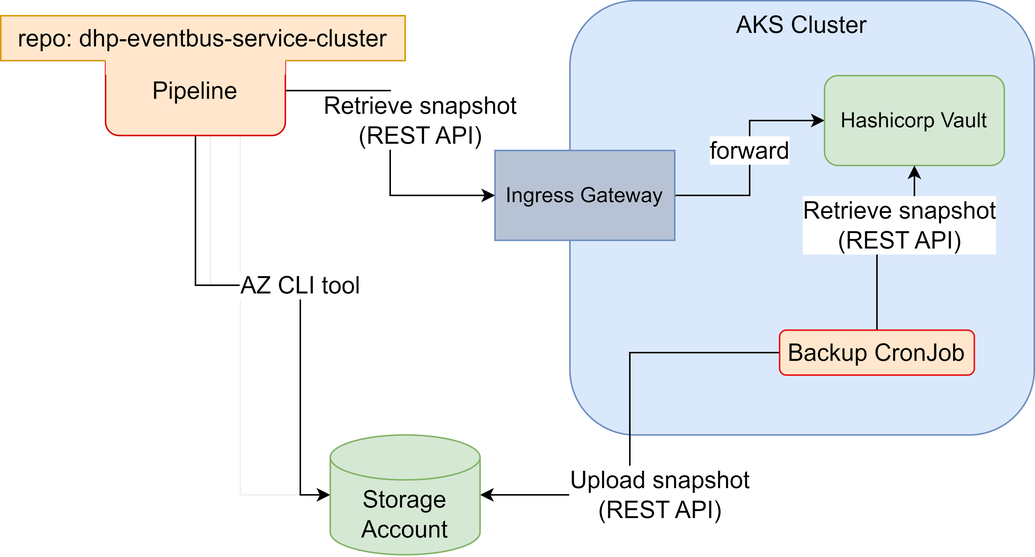
Above: vault-backup-diagram.png in debugg-er/share-images (draw.io), before the change. Source tidied: cells renumbered, new cells last; positions are measured from the earlier drawing's top-left corner, leaving out a move shared by most shapes. Source of this version:
```xml
<mxGraphModel>
  <root>
    <mxCell id="0" />
    <mxCell id="1" parent="0" />
    <mxCell id="2" value="AKS Cluster" style="rounded=1;whiteSpace=wrap;html=1;verticalAlign=top;fontSize=16;fillColor=#dae8fc;strokeColor=#6c8ebf;" parent="1" vertex="1">
      <mxGeometry x="380" width="310" height="290" as="geometry" />
    </mxCell>
    <mxCell id="3" style="edgeStyle=orthogonalEdgeStyle;rounded=0;jettySize=auto;html=1;entryX=0;entryY=0.5;entryDx=0;entryDy=0;labelBackgroundColor=#FFFFFF;strokeColor=#000000;fontSize=16;" parent="1" edge="1" source="5" target="6">
      <mxGeometry relative="1" as="geometry" />
    </mxCell>
    <mxCell id="4" value="forward" style="edgeLabel;html=1;align=center;verticalAlign=middle;fontSize=16;" parent="3" vertex="1">
      <mxGeometry x="-0.21" y="-3" relative="1" as="geometry">
        <mxPoint x="-3" y="-21" as="offset" />
      </mxGeometry>
    </mxCell>
    <mxCell id="5" value="Ingress Gateway" style="rounded=0;whiteSpace=wrap;html=1;fontSize=14;fillColor=#B7C3D4;strokeColor=#6c8ebf;" parent="1" vertex="1">
      <mxGeometry x="330" y="100" width="120" height="60" as="geometry" />
    </mxCell>
    <mxCell id="6" value="Hashicorp Vault" style="rounded=1;whiteSpace=wrap;html=1;fontSize=14;fillColor=#d5e8d4;strokeColor=#82b366;" parent="1" vertex="1">
      <mxGeometry x="550" y="50" width="120" height="60" as="geometry" />
    </mxCell>
    <mxCell id="7" style="edgeStyle=orthogonalEdgeStyle;rounded=0;jettySize=auto;html=1;entryX=0;entryY=0.5;entryDx=0;entryDy=0;fontSize=16;" parent="1" edge="1" source="13" target="5">
      <mxGeometry relative="1" as="geometry" />
    </mxCell>
    <mxCell id="8" value="Retrieve snapshot&lt;br&gt;(REST API)" style="edgeLabel;html=1;align=center;verticalAlign=middle;fontSize=16;" parent="7" vertex="1">
      <mxGeometry x="-0.17" y="1" relative="1" as="geometry">
        <mxPoint x="19" y="3" as="offset" />
      </mxGeometry>
    </mxCell>
    <mxCell id="9" style="edgeStyle=orthogonalEdgeStyle;rounded=0;jettySize=auto;html=1;labelBackgroundColor=#FFFFFF;strokeColor=#F0F0F0;fontSize=16;entryX=0;entryY=0.5;entryDx=0;entryDy=0;entryPerimeter=0;" parent="1" edge="1" source="13" target="17">
      <mxGeometry relative="1" as="geometry">
        <Array as="points">
          <mxPoint x="140" y="190" />
          <mxPoint x="200" y="190" />
          <mxPoint x="200" y="330" />
        </Array>
      </mxGeometry>
    </mxCell>
    <mxCell id="10" style="edgeStyle=orthogonalEdgeStyle;rounded=0;jettySize=auto;html=1;labelBackgroundColor=#FFFFFF;strokeColor=#F0F0F0;fontSize=16;" parent="1" edge="1" source="13" target="17">
      <mxGeometry relative="1" as="geometry">
        <Array as="points">
          <mxPoint x="160" y="330" />
        </Array>
      </mxGeometry>
    </mxCell>
    <mxCell id="11" style="edgeStyle=orthogonalEdgeStyle;rounded=0;jettySize=auto;html=1;entryX=0;entryY=0.5;entryDx=0;entryDy=0;entryPerimeter=0;labelBackgroundColor=#FFFFFF;strokeColor=#000000;fontSize=16;" parent="1" edge="1" source="13" target="17">
      <mxGeometry relative="1" as="geometry">
        <Array as="points">
          <mxPoint x="130" y="190" />
          <mxPoint x="200" y="190" />
          <mxPoint x="200" y="330" />
        </Array>
      </mxGeometry>
    </mxCell>
    <mxCell id="12" value="AZ CLI tool" style="edgeLabel;html=1;align=center;verticalAlign=middle;fontSize=16;" parent="11" vertex="1">
      <mxGeometry x="0.16" y="2" relative="1" as="geometry">
        <mxPoint x="-2" y="-21" as="offset" />
      </mxGeometry>
    </mxCell>
    <mxCell id="13" value="Pipeline" style="rounded=1;whiteSpace=wrap;html=1;fontSize=16;fillColor=#ffe6cc;strokeColor=#D70000;" parent="1" vertex="1">
      <mxGeometry x="70" y="30" width="120" height="60" as="geometry" />
    </mxCell>
    <mxCell id="14" value="Retrieve snapshot&lt;br&gt;(REST API)" style="edgeStyle=orthogonalEdgeStyle;rounded=0;jettySize=auto;html=1;entryX=0.5;entryY=1;entryDx=0;entryDy=0;fontSize=16;" parent="1" edge="1" source="16" target="6">
      <mxGeometry x="0.41" y="10" relative="1" as="geometry" />
    </mxCell>
    <mxCell id="15" value="Upload snapshot&lt;br&gt;(REST API)" style="edgeStyle=orthogonalEdgeStyle;rounded=0;jettySize=auto;html=1;entryX=1;entryY=0.5;entryDx=0;entryDy=0;entryPerimeter=0;fontSize=16;" parent="1" edge="1" source="16" target="17">
      <mxGeometry x="0.32" y="-20" relative="1" as="geometry">
        <mxPoint x="20" y="20" as="offset" />
      </mxGeometry>
    </mxCell>
    <mxCell id="16" value="Backup CronJob" style="rounded=1;whiteSpace=wrap;html=1;fontSize=16;fillColor=#ffe6cc;strokeColor=#EB1313;" parent="1" vertex="1">
      <mxGeometry x="520" y="220" width="130" height="30" as="geometry" />
    </mxCell>
    <mxCell id="17" value="Storage Account" style="shape=cylinder3;whiteSpace=wrap;html=1;boundedLbl=1;backgroundOutline=1;size=15;fontSize=16;fillColor=#d5e8d4;strokeColor=#82b366;" parent="1" vertex="1">
      <mxGeometry x="220" y="290" width="100" height="80" as="geometry" />
    </mxCell>
    <mxCell id="18" value="repo: dhp-eventbus-service-cluster" style="text;html=1;strokeColor=#d79b00;fillColor=#ffe6cc;align=center;verticalAlign=middle;whiteSpace=wrap;rounded=0;fontSize=16;" parent="1" vertex="1">
      <mxGeometry y="10" width="270" height="30" as="geometry" />
    </mxCell>
    <mxCell id="19" style="rounded=0;whiteSpace=wrap;html=1;strokeColor=#FFE6CC;fontSize=16;fillColor=#ffe6cc;" parent="1" vertex="1">
      <mxGeometry x="70.5" y="40" width="119" height="9" as="geometry" />
    </mxCell>
  </root>
</mxGraphModel>
```
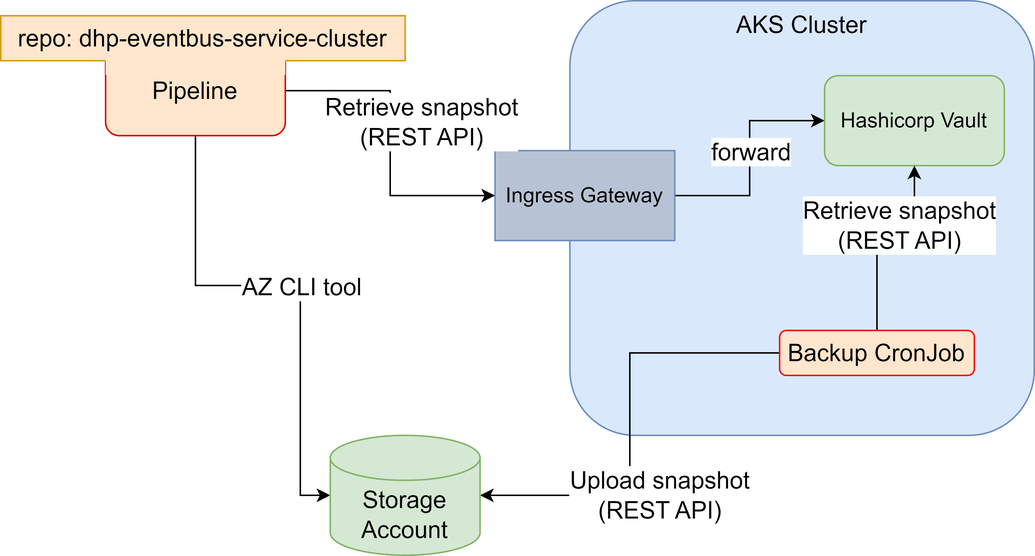
The same file after the commit.

Diff of the diagram source:
```diff
@@ -27,22 +27,6 @@
         <mxPoint x="19" y="3" as="offset" />
       </mxGeometry>
     </mxCell>
-    <mxCell id="9" style="edgeStyle=orthogonalEdgeStyle;rounded=0;jettySize=auto;html=1;labelBackgroundColor=#FFFFFF;strokeColor=#F0F0F0;fontSize=16;entryX=0;entryY=0.5;entryDx=0;entryDy=0;entryPerimeter=0;" parent="1" edge="1" source="13" target="17">
-      <mxGeometry relative="1" as="geometry">
-        <Array as="points">
-          <mxPoint x="140" y="190" />
-          <mxPoint x="200" y="190" />
-          <mxPoint x="200" y="330" />
-        </Array>
-      </mxGeometry>
-    </mxCell>
-    <mxCell id="10" style="edgeStyle=orthogonalEdgeStyle;rounded=0;jettySize=auto;html=1;labelBackgroundColor=#FFFFFF;strokeColor=#F0F0F0;fontSize=16;" parent="1" edge="1" source="13" target="17">
-      <mxGeometry relative="1" as="geometry">
-        <Array as="points">
-          <mxPoint x="160" y="330" />
-        </Array>
-      </mxGeometry>
-    </mxCell>
     <mxCell id="11" style="edgeStyle=orthogonalEdgeStyle;rounded=0;jettySize=auto;html=1;entryX=0;entryY=0.5;entryDx=0;entryDy=0;entryPerimeter=0;labelBackgroundColor=#FFFFFF;strokeColor=#000000;fontSize=16;" parent="1" edge="1" source="13" target="17">
       <mxGeometry relative="1" as="geometry">
         <Array as="points">
```
